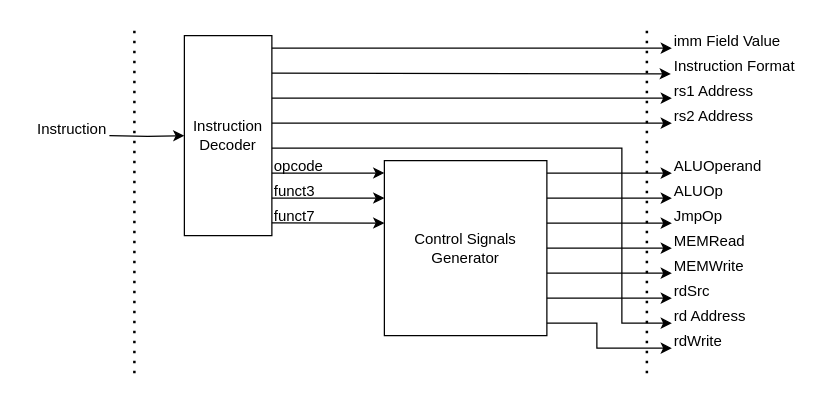
Earlier version of the draw.io diagram page "Control Unit" (5 of 11) of docs/imgs/hardware_design/Component.drawio (WachirawichN/C0-CPU). Source tidied: cells renumbered, new cells numbered last; positions are measured from the earlier drawing's top-left corner, leaving out a move shared by most shapes. Both pictures are drawn from the tidied source at 125%, with x=0, y=0 at pixel (21, 22).
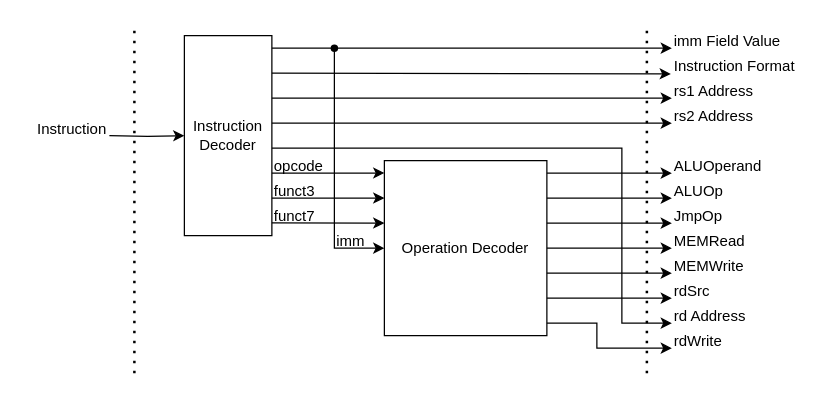
Above is the later version.

The edit, as a diff of the source:
```diff
@@
-    <mxCell id="20" value="Control Signals Generator" style="rounded=0;whiteSpace=wrap;html=1;" parent="1" vertex="1">
+    <mxCell id="20" value="Operation Decoder" style="rounded=0;whiteSpace=wrap;html=1;" parent="1" vertex="1">
       <mxGeometry x="290" y="110" width="130" height="140" as="geometry" />
     </mxCell>
@@
+    <mxCell id="38" style="shape=waypoint;sketch=0;fillStyle=solid;size=6;points=[];fillColor=none;perimeter=centerPerimeter;snapToPoint=1;" parent="1" vertex="1">
+      <mxGeometry x="240" y="10" width="20" height="20" as="geometry" />
+    </mxCell>
+    <mxCell id="39" style="endArrow=classic;html=1;rounded=0;entryX=0;entryY=0.5;entryDx=0;entryDy=0;" parent="1" edge="1" source="38" target="20">
+      <mxGeometry relative="1" as="geometry">
+        <Array as="points">
+          <mxPoint x="250" y="180" />
+        </Array>
+      </mxGeometry>
+    </mxCell>
+    <mxCell id="40" value="imm" style="text;html=1;whiteSpace=wrap;strokeColor=none;fillColor=none;align=left;verticalAlign=middle;rounded=0;" parent="1" vertex="1">
+      <mxGeometry x="250" y="170" width="30" height="10" as="geometry" />
+    </mxCell>
```
